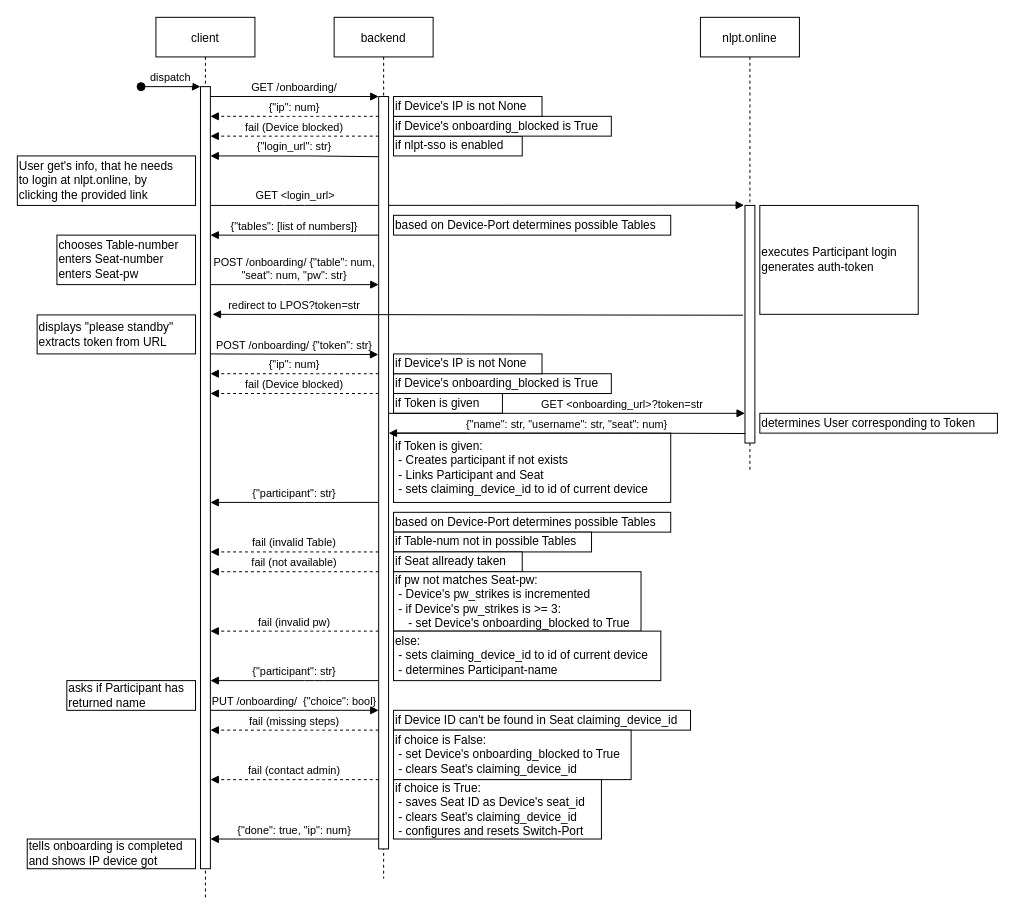
Earlier version of the draw.io diagram docs/onboarding_sequence.drawio (nils-ost/LanPartyOnboardingSystem). Source tidied: cells renumbered, new cells numbered last; positions are measured from the earlier drawing's top-left corner, leaving out a move shared by most shapes. Both pictures are drawn from the tidied source at 99%, with x=0, y=0 at pixel (17, 17).
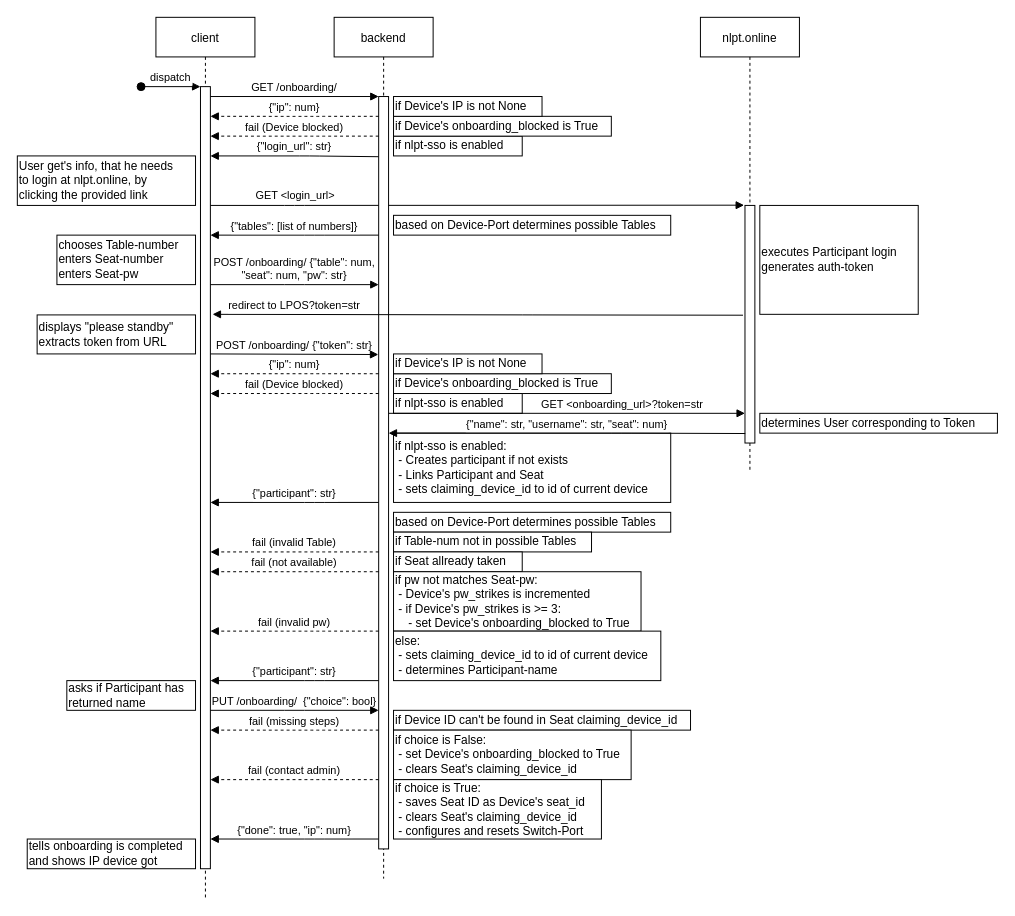
After the change.

Commit message (it also covers changes not shown here):
backend is now capable of doing a nlpt-sso onboarding

Unchanged cells that the change refers to:
```xml
<mxCell id="7" value="backend" style="shape=umlLifeline;perimeter=lifelinePerimeter;rounded=0;shadow=0;strokeWidth=1;" parent="1" vertex="1">
  <mxGeometry x="320" width="100" height="870" as="geometry" />
</mxCell>
```

Change to the diagram source:
```diff
@@
-    <mxCell id="25" value="if Token is given" style="rounded=0;whiteSpace=wrap;html=1;align=left;" parent="7" vertex="1">
-      <mxGeometry x="60" y="380" width="110" height="20" as="geometry" />
+    <mxCell id="25" value="if nlpt-sso is enabled" style="rounded=0;whiteSpace=wrap;html=1;align=left;" parent="7" vertex="1">
+      <mxGeometry x="60" y="380" width="130" height="20" as="geometry" />
     </mxCell>
@@
-    <mxCell id="52" value="if Token is given:&lt;br&gt;&amp;nbsp;- Creates participant if not exists&lt;br&gt;&amp;nbsp;- Links Participant and Seat&lt;br&gt;&amp;nbsp;- sets claiming_device_id to id of current device" style="rounded=0;whiteSpace=wrap;html=1;align=left;" parent="1" vertex="1">
+    <mxCell id="52" value="if nlpt-sso is enabled:&lt;br&gt;&amp;nbsp;- Creates participant if not exists&lt;br&gt;&amp;nbsp;- Links Participant and Seat&lt;br&gt;&amp;nbsp;- sets claiming_device_id to id of current device" style="rounded=0;whiteSpace=wrap;html=1;align=left;" parent="1" vertex="1">
       <mxGeometry x="380" y="420" width="280" height="70" as="geometry" />
     </mxCell>
```
